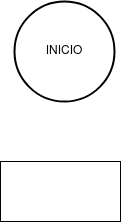
The draw.io diagram unidad-1/tareas/Tarea3/images/diagrama-tarea3-01.png in mackstm/programacion, before a commit. Source tidied: cells renumbered, new cells last; positions are measured from the earlier drawing's top-left corner, leaving out a move shared by most shapes.
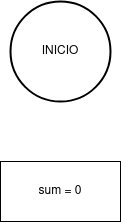
After the commit.

The edit, as a diff of the source:
```diff
@@ -5,8 +5,8 @@
     <mxCell id="2" value="INICIO" style="strokeWidth=2;html=1;shape=mxgraph.flowchart.start_2;whiteSpace=wrap;" parent="1" vertex="1">
       <mxGeometry x="14" width="100" height="100" as="geometry" />
     </mxCell>
-    <mxCell id="3" style="rounded=0;whiteSpace=wrap;html=1;" parent="1" vertex="1">
-      <mxGeometry y="160" width="120" height="60" as="geometry" />
+    <mxCell id="3" value="sum = 0" style="rounded=0;whiteSpace=wrap;html=1;" parent="1" vertex="1">
+      <mxGeometry x="4" y="160" width="120" height="60" as="geometry" />
     </mxCell>
   </root>
 </mxGraphModel>
```
